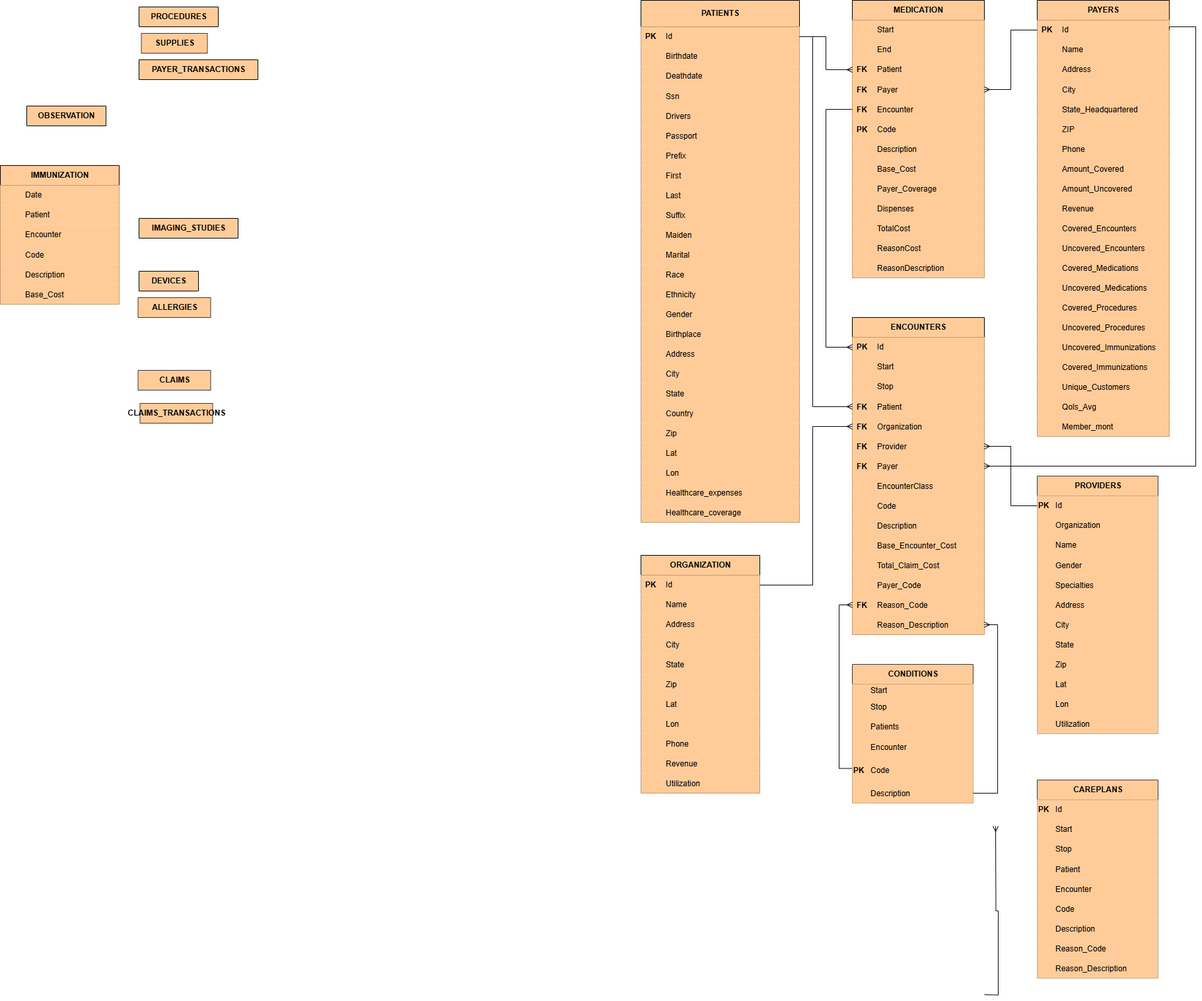
The draw.io diagram BigDataProject.drawio.png in UtsuroNoArashi/BigDataProject, before a commit. Source tidied: cells renumbered, new cells last; positions are measured from the earlier drawing's top-left corner, leaving out a move shared by most shapes.
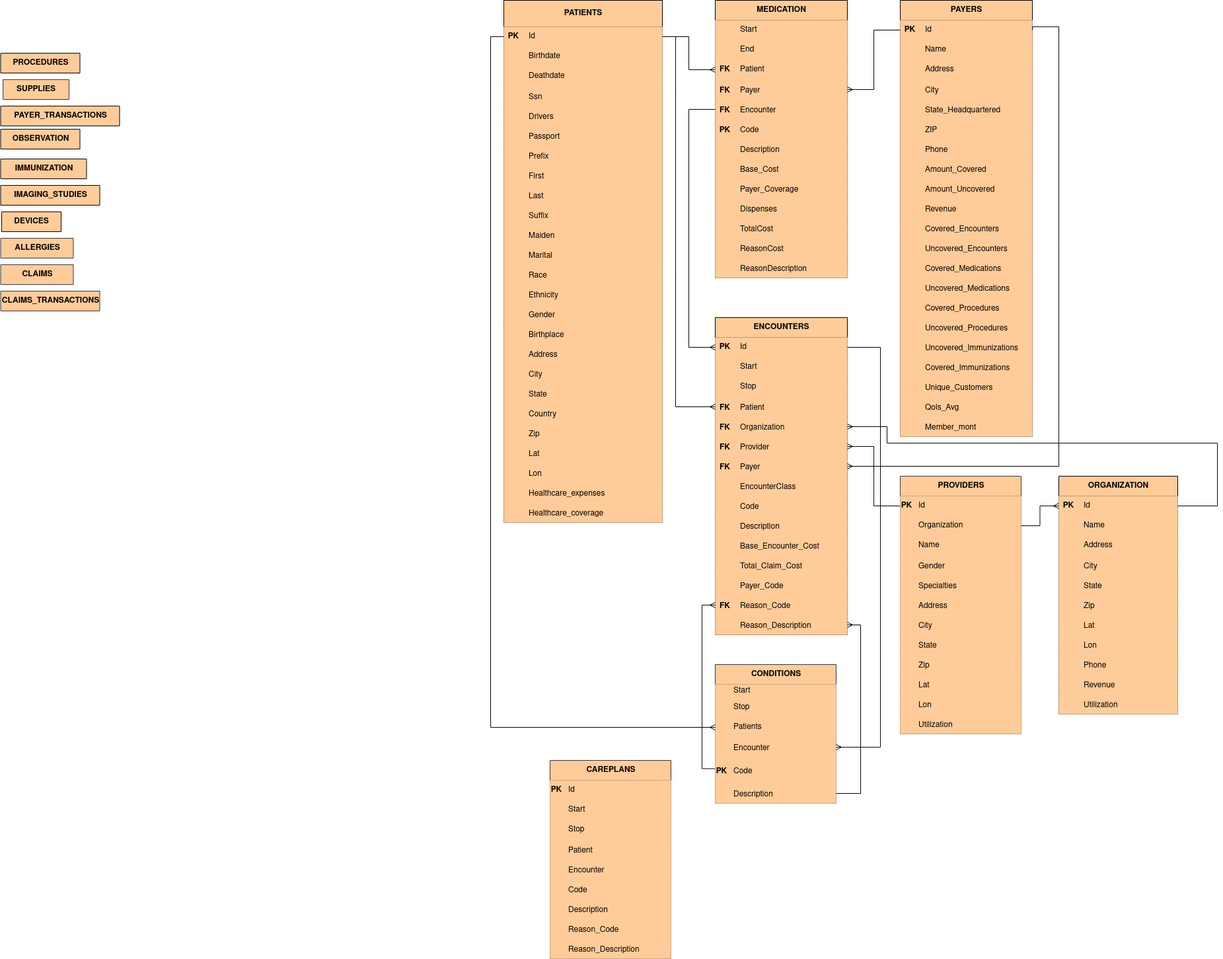
The same file after the commit.

Diff of the diagram source:
```diff
@@ -3,7 +3,7 @@
     <mxCell id="0" />
     <mxCell id="1" parent="0" />
     <mxCell id="2" value="SUPPLIES" style="shape=table;startSize=30;rowLines=0;fontStyle=1;align=center;html=1;fillColor=light-dark(#FFCC99,#B98351);strokeColor=light-dark(#36393D,#DDE2E4);fontColor=light-dark(#000000,#000000);" parent="1" vertex="1" collapsed="1">
-      <mxGeometry x="213.5" y="50" width="100" height="30" as="geometry" />
+      <mxGeometry x="212" y="120" width="100" height="30" as="geometry" />
     </mxCell>
     <mxCell id="3" value="PROVIDERS" style="shape=table;startSize=30;rowLines=0;fontStyle=1;align=center;html=1;fillColor=light-dark(#FFCC99,#B98351);strokeColor=light-dark(#36393D,#DDE2E4);fontColor=light-dark(#000000,#000000);" parent="1" vertex="1">
       <mxGeometry x="1570" y="720" width="183" height="390" as="geometry" />
@@ -117,13 +117,13 @@
       <mxGeometry x="20" width="163" height="30" as="geometry" />
     </mxCell>
     <mxCell id="40" value="ALLERGIES" style="shape=table;startSize=30;rowLines=0;fontStyle=1;align=center;html=1;fillColor=light-dark(#FFCC99,#B98351);strokeColor=light-dark(#36393D,#DDE2E4);fontColor=light-dark(#000000,#000000);" parent="1" vertex="1" collapsed="1">
-      <mxGeometry x="208.5" y="450" width="110" height="30" as="geometry" />
+      <mxGeometry x="208.5" y="360" width="110" height="30" as="geometry" />
     </mxCell>
     <mxCell id="41" value="&lt;div&gt;PROCEDURES&lt;/div&gt;" style="shape=table;startSize=30;rowLines=0;fontStyle=1;align=center;html=1;fillColor=light-dark(#FFCC99,#B98351);strokeColor=default;fontColor=light-dark(#000000,#000000);" parent="1" vertex="1" collapsed="1">
-      <mxGeometry x="210" y="10" width="120" height="30" as="geometry" />
+      <mxGeometry x="208.5" y="80" width="120" height="30" as="geometry" />
     </mxCell>
     <mxCell id="42" value="CAREPLANS" style="shape=table;startSize=30;rowLines=0;fontStyle=1;align=center;html=1;fillColor=light-dark(#FFCC99,#B98351);strokeColor=light-dark(#36393D,#DDE2E4);fontColor=light-dark(#000000,#000000);" parent="1" vertex="1">
-      <mxGeometry x="1570" y="1180" width="183" height="300" as="geometry" />
+      <mxGeometry x="1040" y="1150" width="183" height="300" as="geometry" />
     </mxCell>
     <mxCell id="43" style="shape=tableRow;horizontal=0;startSize=0;swimlaneHead=0;swimlaneBody=0;fillColor=light-dark(#FFCC99,#B98351);top=0;left=0;right=0;bottom=0;strokeColor=light-dark(#36393D,#DDE2E4);fontColor=light-dark(#000000,#000000);" parent="42" vertex="1">
       <mxGeometry y="30" width="183" height="30" as="geometry" />
@@ -207,7 +207,7 @@
       <mxGeometry x="20" width="163" height="30" as="geometry" />
     </mxCell>
     <mxCell id="70" value="CLAIMS" style="shape=table;startSize=30;rowLines=0;fontStyle=1;align=center;html=1;fillColor=light-dark(#FFCC99,#B98351);strokeColor=light-dark(#36393D,#DDE2E4);fontColor=light-dark(#000000,#000000);" parent="1" vertex="1" collapsed="1">
-      <mxGeometry x="208.5" y="560" width="110" height="30" as="geometry" />
+      <mxGeometry x="208.5" y="400" width="110" height="30" as="geometry" />
     </mxCell>
     <mxCell id="71" value="&lt;div&gt;PAYERS&lt;/div&gt;" style="shape=table;startSize=30;rowLines=0;fontStyle=1;align=center;html=1;fontColor=light-dark(#000000,#000000);fillColor=light-dark(#FFCC99,#B98351);" parent="1" vertex="1">
       <mxGeometry x="1570" width="200" height="660" as="geometry" />
@@ -402,7 +402,7 @@
       <mxGeometry x="30" width="170" height="30" as="geometry" />
     </mxCell>
     <mxCell id="135" value="&lt;div&gt;PAYER_TRANSACTIONS&lt;/div&gt;" style="shape=table;startSize=30;rowLines=0;fontStyle=1;align=center;html=1;fillColor=light-dark(#FFCC99,#B98351);fontColor=light-dark(#000000,#000000);" parent="1" vertex="1" collapsed="1">
-      <mxGeometry x="210" y="90" width="180" height="30" as="geometry" />
+      <mxGeometry x="208.5" y="160" width="180" height="30" as="geometry" />
     </mxCell>
     <mxCell id="136" value="PATIENTS" style="shape=table;startSize=40;rowLines=0;fontStyle=1;align=center;html=1;fontColor=light-dark(#000000,#000000);swimlaneFillColor=default;fillColor=light-dark(#FFCC99,#B98351);" parent="1" vertex="1">
       <mxGeometry x="970" width="240" height="790" as="geometry" />
@@ -633,7 +633,7 @@
       <mxGeometry x="30" width="210" height="30" as="geometry" />
     </mxCell>
     <mxCell id="212" value="&lt;div&gt;ORGANIZATION&lt;/div&gt;" style="shape=table;startSize=30;rowLines=0;fontStyle=1;align=center;html=1;fontColor=light-dark(#000000,#000000);fillColor=light-dark(#FFCC99,#B98351);" parent="1" vertex="1">
-      <mxGeometry x="970" y="840" width="180" height="360" as="geometry" />
+      <mxGeometry x="1810" y="720" width="180" height="360" as="geometry" />
     </mxCell>
     <mxCell id="213" style="shape=tableRow;horizontal=0;startSize=0;swimlaneHead=0;swimlaneBody=0;fillColor=light-dark(#FFCC99,#B98351);points=[[0,0.5],[1,0.5]];portConstraint=eastwest;top=0;left=0;right=0;bottom=0;fontColor=light-dark(#000000,#000000);" parent="212" vertex="1">
       <mxGeometry y="30" width="180" height="30" as="geometry" />
@@ -735,7 +735,7 @@
       <mxGeometry x="30" width="150" height="30" as="geometry" />
     </mxCell>
     <mxCell id="246" value="OBSERVATION" style="shape=table;startSize=30;rowLines=0;fontStyle=1;align=center;html=1;fontColor=light-dark(#000000,#000000);fillColor=light-dark(#FFCC99,#B98351);" parent="1" vertex="1" collapsed="1">
-      <mxGeometry x="40" y="160" width="120" height="30" as="geometry" />
+      <mxGeometry x="208.5" y="195" width="120" height="30" as="geometry" />
     </mxCell>
     <mxCell id="247" value="MEDICATION" style="shape=table;startSize=30;rowLines=0;fontStyle=1;align=center;html=1;fontColor=light-dark(#000000,#000000);fillColor=light-dark(#FFCC99,#B98351);" parent="1" vertex="1">
       <mxGeometry x="1290" width="200" height="420" as="geometry" />
@@ -858,67 +858,13 @@
       <mxGeometry x="30" width="170" height="30" as="geometry" />
     </mxCell>
     <mxCell id="287" value="CLAIMS_TRANSACTIONS" style="shape=table;startSize=30;rowLines=0;fontStyle=1;align=center;html=1;fillColor=light-dark(#FFCC99,#B98351);strokeColor=light-dark(#36393D,#DDE2E4);fontColor=light-dark(#000000,#000000);" parent="1" vertex="1" collapsed="1">
-      <mxGeometry x="211.5" y="610" width="110" height="30" as="geometry" />
+      <mxGeometry x="208.5" y="440" width="150" height="30" as="geometry" />
     </mxCell>
-    <mxCell id="288" value="IMMUNIZATION" style="shape=table;startSize=30;rowLines=0;fontStyle=1;align=center;html=1;fontColor=light-dark(#000000,#000000);fillColor=light-dark(#FFCC99,#B98351);" parent="1" vertex="1">
-      <mxGeometry y="250" width="180" height="210" as="geometry" />
+    <mxCell id="288" value="IMMUNIZATION" style="shape=table;startSize=30;rowLines=0;fontStyle=1;align=center;html=1;fontColor=light-dark(#000000,#000000);fillColor=light-dark(#FFCC99,#B98351);" parent="1" vertex="1" collapsed="1">
+      <mxGeometry x="208.5" y="240" width="130" height="30" as="geometry" />
     </mxCell>
-    <mxCell id="289" style="shape=tableRow;horizontal=0;startSize=0;swimlaneHead=0;swimlaneBody=0;fillColor=light-dark(#FFCC99,#B98351);top=0;left=0;right=0;bottom=0;fontColor=light-dark(#000000,#000000);" parent="288" vertex="1">
-      <mxGeometry y="30" width="180" height="30" as="geometry" />
-    </mxCell>
-    <mxCell id="290" style="shape=partialRectangle;fillColor=light-dark(#FFCC99,#B98351);top=0;left=0;bottom=0;right=0;overflow=hidden;whiteSpace=wrap;html=1;fontColor=light-dark(#000000,#000000);" parent="289" vertex="1">
-      <mxGeometry width="30" height="30" as="geometry" />
-    </mxCell>
-    <mxCell id="291" value="Date" style="shape=partialRectangle;fillColor=light-dark(#FFCC99,#B98351);top=0;left=0;bottom=0;right=0;align=left;spacingLeft=6;overflow=hidden;whiteSpace=wrap;html=1;fontColor=light-dark(#000000,#000000);" parent="289" vertex="1">
-      <mxGeometry x="30" width="150" height="30" as="geometry" />
-    </mxCell>
-    <mxCell id="292" style="shape=tableRow;horizontal=0;startSize=0;swimlaneHead=0;swimlaneBody=0;fillColor=light-dark(#FFCC99,#B98351);top=0;left=0;right=0;bottom=0;fontColor=light-dark(#000000,#000000);" parent="288" vertex="1">
-      <mxGeometry y="60" width="180" height="30" as="geometry" />
-    </mxCell>
-    <mxCell id="293" style="shape=partialRectangle;fillColor=light-dark(#FFCC99,#B98351);top=0;left=0;bottom=0;right=0;overflow=hidden;whiteSpace=wrap;html=1;fontColor=light-dark(#000000,#000000);" parent="292" vertex="1">
-      <mxGeometry width="30" height="30" as="geometry" />
-    </mxCell>
-    <mxCell id="294" value="Patient" style="shape=partialRectangle;fillColor=light-dark(#FFCC99,#B98351);top=0;left=0;bottom=0;right=0;align=left;spacingLeft=6;overflow=hidden;whiteSpace=wrap;html=1;fontColor=light-dark(#000000,#000000);" parent="292" vertex="1">
-      <mxGeometry x="30" width="150" height="30" as="geometry" />
-    </mxCell>
-    <mxCell id="295" style="shape=tableRow;horizontal=0;startSize=0;swimlaneHead=0;swimlaneBody=0;fillColor=light-dark(#FFCC99,#B98351);top=0;left=0;right=0;bottom=0;fontColor=light-dark(#000000,#000000);" parent="288" vertex="1">
-      <mxGeometry y="90" width="180" height="30" as="geometry" />
-    </mxCell>
-    <mxCell id="296" style="shape=partialRectangle;fillColor=light-dark(#FFCC99,#B98351);top=0;left=0;bottom=0;right=0;overflow=hidden;whiteSpace=wrap;html=1;fontColor=light-dark(#000000,#000000);" parent="295" vertex="1">
-      <mxGeometry width="30" height="30" as="geometry" />
-    </mxCell>
-    <mxCell id="297" value="Encounter" style="shape=partialRectangle;fillColor=light-dark(#FFCC99,#B98351);top=0;left=0;bottom=0;right=0;align=left;spacingLeft=6;overflow=hidden;whiteSpace=wrap;html=1;fontColor=light-dark(#000000,#000000);" parent="295" vertex="1">
-      <mxGeometry x="30" width="150" height="30" as="geometry" />
-    </mxCell>
-    <mxCell id="298" style="shape=tableRow;horizontal=0;startSize=0;swimlaneHead=0;swimlaneBody=0;fillColor=light-dark(#FFCC99,#B98351);top=0;left=0;right=0;bottom=0;fontColor=light-dark(#000000,#000000);" parent="288" vertex="1">
-      <mxGeometry y="120" width="180" height="30" as="geometry" />
-    </mxCell>
-    <mxCell id="299" style="shape=partialRectangle;fillColor=light-dark(#FFCC99,#B98351);top=0;left=0;bottom=0;right=0;overflow=hidden;fontColor=light-dark(#000000,#000000);" parent="298" vertex="1">
-      <mxGeometry width="30" height="30" as="geometry" />
-    </mxCell>
-    <mxCell id="300" value="Code" style="shape=partialRectangle;fillColor=light-dark(#FFCC99,#B98351);top=0;left=0;bottom=0;right=0;align=left;spacingLeft=6;overflow=hidden;fontColor=light-dark(#000000,#000000);" parent="298" vertex="1">
-      <mxGeometry x="30" width="150" height="30" as="geometry" />
-    </mxCell>
-    <mxCell id="301" style="shape=tableRow;horizontal=0;startSize=0;swimlaneHead=0;swimlaneBody=0;fillColor=light-dark(#FFCC99,#B98351);top=0;left=0;right=0;bottom=0;fontColor=light-dark(#000000,#000000);" parent="288" vertex="1">
-      <mxGeometry y="150" width="180" height="30" as="geometry" />
-    </mxCell>
-    <mxCell id="302" style="shape=partialRectangle;fillColor=light-dark(#FFCC99,#B98351);top=0;left=0;bottom=0;right=0;overflow=hidden;fontColor=light-dark(#000000,#000000);" parent="301" vertex="1">
-      <mxGeometry width="30" height="30" as="geometry" />
-    </mxCell>
-    <mxCell id="303" value="Description" style="shape=partialRectangle;fillColor=light-dark(#FFCC99,#B98351);top=0;left=0;bottom=0;right=0;align=left;spacingLeft=6;overflow=hidden;fontColor=light-dark(#000000,#000000);" parent="301" vertex="1">
-      <mxGeometry x="30" width="150" height="30" as="geometry" />
-    </mxCell>
-    <mxCell id="304" style="shape=tableRow;horizontal=0;startSize=0;swimlaneHead=0;swimlaneBody=0;fillColor=light-dark(#FFCC99,#B98351);top=0;left=0;right=0;bottom=0;fontColor=light-dark(#000000,#000000);" parent="288" vertex="1">
-      <mxGeometry y="180" width="180" height="30" as="geometry" />
-    </mxCell>
-    <mxCell id="305" style="shape=partialRectangle;fillColor=light-dark(#FFCC99,#B98351);top=0;left=0;bottom=0;right=0;overflow=hidden;fontColor=light-dark(#000000,#000000);" parent="304" vertex="1">
-      <mxGeometry width="30" height="30" as="geometry" />
-    </mxCell>
-    <mxCell id="306" value="Base_Cost" style="shape=partialRectangle;fillColor=light-dark(#FFCC99,#B98351);top=0;left=0;bottom=0;right=0;align=left;spacingLeft=6;overflow=hidden;fontColor=light-dark(#000000,#000000);" parent="304" vertex="1">
-      <mxGeometry x="30" width="150" height="30" as="geometry" />
-    </mxCell>
     <mxCell id="307" value="&lt;div&gt;IMAGING_STUDIES&lt;/div&gt;" style="shape=table;startSize=30;rowLines=0;fontStyle=1;align=center;html=1;fillColor=light-dark(#FFCC99,#B98351);fontColor=light-dark(#000000,#000000);" parent="1" vertex="1" collapsed="1">
-      <mxGeometry x="210" y="330" width="150" height="30" as="geometry" />
+      <mxGeometry x="208.5" y="280" width="150" height="30" as="geometry" />
     </mxCell>
     <mxCell id="308" value="ENCOUNTERS" style="shape=table;startSize=30;rowLines=0;fontStyle=1;align=center;html=1;fillColor=light-dark(#FFCC99,#B98351);fontColor=light-dark(#000000,#000000);" parent="1" vertex="1">
       <mxGeometry x="1290" y="480" width="200" height="480" as="geometry" />
@@ -1059,7 +1005,7 @@
       <mxGeometry x="30" width="170" height="30" as="geometry" />
     </mxCell>
     <mxCell id="354" value="DEVICES" style="shape=table;startSize=30;rowLines=0;fontStyle=1;align=center;html=1;fillColor=light-dark(#FFCC99,#B98351);fontColor=light-dark(#000000,#000000);" parent="1" vertex="1" collapsed="1">
-      <mxGeometry x="210" y="410" width="90" height="30" as="geometry" />
+      <mxGeometry x="210" y="320" width="90" height="30" as="geometry" />
     </mxCell>
     <mxCell id="355" style="edgeStyle=orthogonalEdgeStyle;rounded=0;jettySize=auto;html=1;exitX=1;exitY=0.5;exitDx=0;exitDy=0;endArrow=none;endFill=0;startFill=0;startArrow=ERmany;entryX=1;entryY=0.5;entryDx=0;entryDy=0;" parent="1" edge="1" source="327" target="72">
       <mxGeometry relative="1" as="geometry">
@@ -1092,11 +1038,13 @@
     <mxCell id="359" style="edgeStyle=orthogonalEdgeStyle;rounded=0;jettySize=auto;html=1;exitX=0;exitY=0.5;exitDx=0;exitDy=0;entryX=1;entryY=0.5;entryDx=0;entryDy=0;endArrow=ERmany;endFill=0;" parent="1" edge="1" source="72" target="257">
       <mxGeometry relative="1" as="geometry" />
     </mxCell>
-    <mxCell id="360" style="edgeStyle=orthogonalEdgeStyle;rounded=0;jettySize=auto;html=1;exitX=1;exitY=0.5;exitDx=0;exitDy=0;entryX=0;entryY=0.5;entryDx=0;entryDy=0;endArrow=ERmany;endFill=0;" parent="1" edge="1" source="213" target="321">
+    <mxCell id="360" style="edgeStyle=orthogonalEdgeStyle;rounded=0;jettySize=auto;html=1;exitX=1;exitY=0.5;exitDx=0;exitDy=0;entryX=1;entryY=0.5;entryDx=0;entryDy=0;endArrow=ERmany;endFill=0;" parent="1" edge="1" source="213" target="321">
       <mxGeometry relative="1" as="geometry">
         <Array as="points">
-          <mxPoint x="1230" y="885" />
-          <mxPoint x="1230" y="645" />
+          <mxPoint x="2050" y="765" />
+          <mxPoint x="2050" y="670" />
+          <mxPoint x="1550" y="670" />
+          <mxPoint x="1550" y="645" />
         </Array>
       </mxGeometry>
     </mxCell>
@@ -1166,11 +1114,19 @@
     <mxCell id="382" style="edgeStyle=orthogonalEdgeStyle;rounded=0;jettySize=auto;html=1;exitX=1;exitY=0.5;exitDx=0;exitDy=0;entryX=1;entryY=0.5;entryDx=0;entryDy=0;endArrow=ERmany;endFill=0;" parent="1" edge="1" source="379" target="351">
       <mxGeometry relative="1" as="geometry" />
     </mxCell>
-    <mxCell id="383" style="edgeStyle=orthogonalEdgeStyle;rounded=0;orthogonalLoop=1;jettySize=auto;html=1;exitX=1;exitY=0.5;exitDx=0;exitDy=0;entryX=1;entryY=0.5;entryDx=0;entryDy=0;endArrow=ERmany;endFill=0;" parent="1" edge="1">
-      <mxGeometry relative="1" as="geometry">
-        <mxPoint x="1490" y="1505" as="sourcePoint" />
-        <mxPoint x="1507" y="1250" as="targetPoint" />
-      </mxGeometry>
-    </mxCell>
+    <mxCell id="384" style="edgeStyle=orthogonalEdgeStyle;rounded=0;jettySize=auto;html=1;exitX=1;exitY=0.5;exitDx=0;exitDy=0;entryX=0;entryY=0.5;entryDx=0;entryDy=0;endArrow=ERmany;endFill=0;" parent="1" edge="1" source="7" target="213">
+      <mxGeometry relative="1" as="geometry" />
+    </mxCell>
+    <mxCell id="385" style="edgeStyle=orthogonalEdgeStyle;rounded=0;jettySize=auto;html=1;exitX=1;exitY=0.5;exitDx=0;exitDy=0;entryX=1;entryY=0.5;entryDx=0;entryDy=0;endArrow=ERmany;endFill=0;" parent="1" edge="1" source="309" target="373">
+      <mxGeometry relative="1" as="geometry">
+        <Array as="points">
+          <mxPoint x="1540" y="525" />
+          <mxPoint x="1540" y="1130" />
+        </Array>
+      </mxGeometry>
+    </mxCell>
+    <mxCell id="386" style="edgeStyle=orthogonalEdgeStyle;rounded=0;jettySize=auto;html=1;exitX=0;exitY=0.5;exitDx=0;exitDy=0;entryX=0;entryY=0.5;entryDx=0;entryDy=0;endArrow=ERmany;endFill=0;" parent="1" edge="1" source="137" target="370">
+      <mxGeometry relative="1" as="geometry" />
+    </mxCell>
   </root>
 </mxGraphModel>
```
